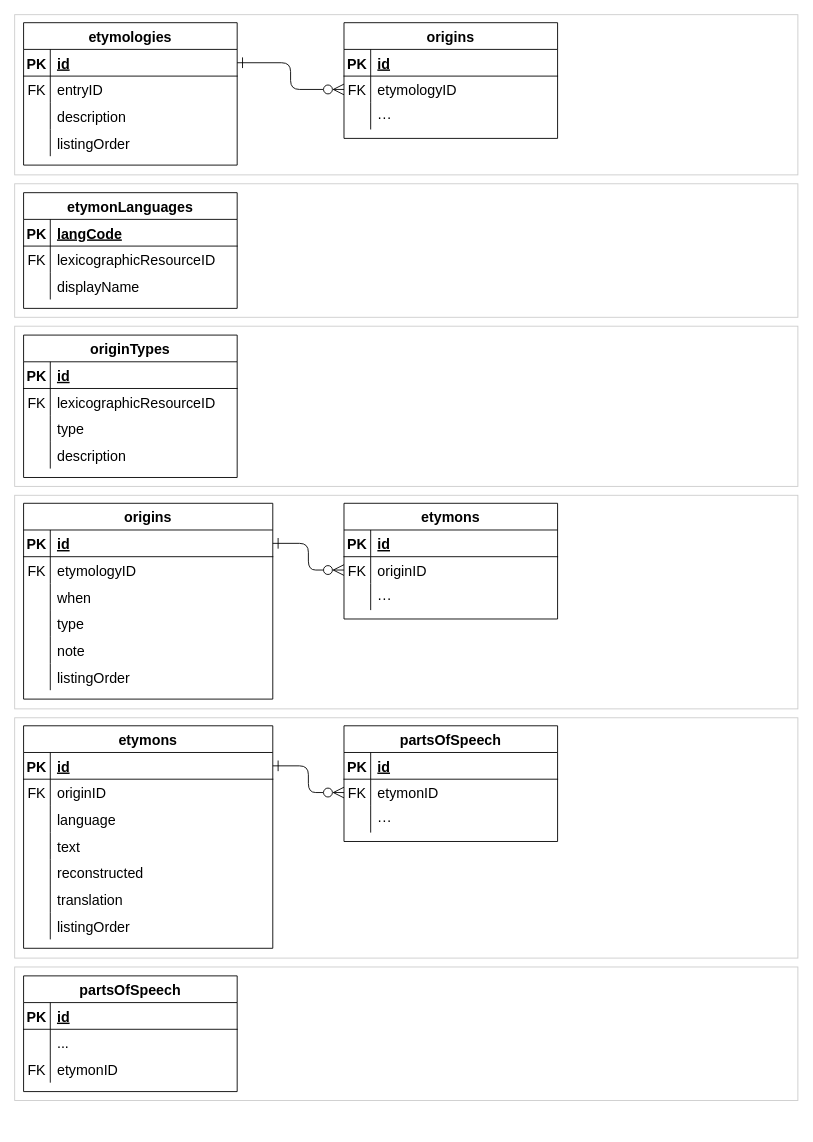
Before: dmlex-v1.0/specification/modules/etymology/databaseDiagrams/diagrams.drawio in oasis-tcs/lexidma, a draw.io diagram. Source tidied: cells renumbered, new cells numbered last; positions are measured from the earlier drawing's top-left corner, leaving out a move shared by most shapes. Both pictures are drawn from the tidied source at 89%, with x=0, y=0 at pixel (14, 14).
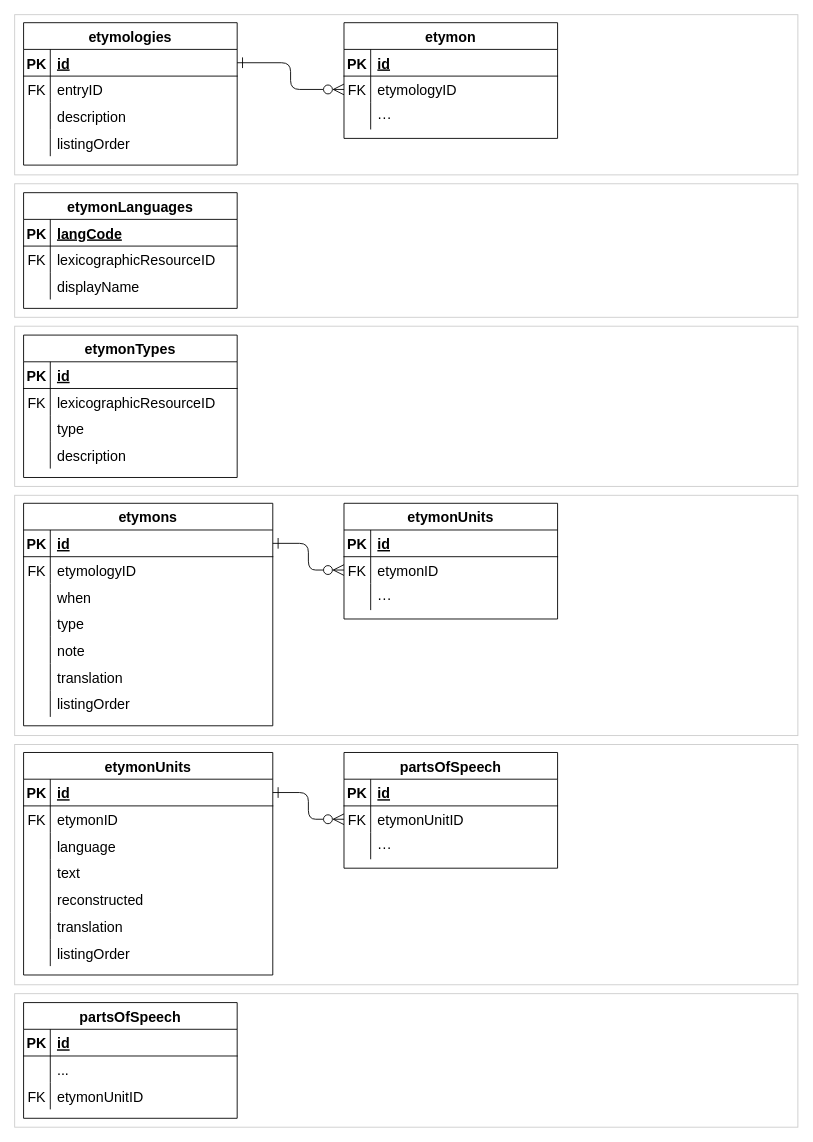
The same diagram, later.

Unchanged cells that the change refers to:
```xml
<mxCell id="40" style="shape=tableRow;horizontal=0;startSize=0;swimlaneHead=0;swimlaneBody=0;fillColor=none;points=[[0,0.5],[1,0.5]];portConstraint=eastwest;top=0;left=0;right=0;bottom=0;fontSize=16;" parent="36" vertex="1">
  <mxGeometry y="60" width="240" height="30" as="geometry" />
</mxCell>
<mxCell id="88" style="shape=tableRow;horizontal=0;startSize=0;swimlaneHead=0;swimlaneBody=0;fillColor=none;top=0;left=0;right=0;bottom=0;fontSize=16;" parent="84" vertex="1">
  <mxGeometry y="60" width="280" height="30" as="geometry" />
</mxCell>
<mxCell id="110" style="shape=tableRow;horizontal=0;startSize=0;swimlaneHead=0;swimlaneBody=0;fillColor=none;points=[[0,0.5],[1,0.5]];portConstraint=eastwest;top=0;left=0;right=0;bottom=0;fontSize=16;" parent="106" vertex="1">
  <mxGeometry y="60" width="240" height="30" as="geometry" />
</mxCell>
<mxCell id="125" style="shape=tableRow;horizontal=0;startSize=0;swimlaneHead=0;swimlaneBody=0;fillColor=none;top=0;left=0;right=0;bottom=0;fontSize=16;" parent="118" vertex="1">
  <mxGeometry y="90" width="240" height="30" as="geometry" />
</mxCell>
```

What changed in the source:
```diff
@@
     <mxCell id="16" style="rounded=0;whiteSpace=wrap;html=1;strokeColor=#CCCCCC;" parent="1" vertex="1">
-      <mxGeometry y="540" width="880" height="240" as="geometry" />
+      <mxGeometry y="540" width="880" height="270" as="geometry" />
     </mxCell>
-    <mxCell id="17" value="origins" style="shape=table;startSize=30;childLayout=tableLayout;rowLines=0;fontStyle=1;align=center;fontSize=16;" parent="1" vertex="1">
-      <mxGeometry x="10" y="549" width="280" height="220" as="geometry" />
+    <mxCell id="17" value="etymons" style="shape=table;startSize=30;childLayout=tableLayout;rowLines=0;fontStyle=1;align=center;fontSize=16;" parent="1" vertex="1">
+      <mxGeometry x="10" y="549" width="280" height="250" as="geometry" />
     </mxCell>
@@
+    <mxCell id="128" style="shape=tableRow;horizontal=0;startSize=0;swimlaneHead=0;swimlaneBody=0;fillColor=none;top=0;left=0;right=0;bottom=0;fontSize=16;" parent="17" vertex="1">
+      <mxGeometry y="180" width="280" height="30" as="geometry" />
+    </mxCell>
+    <mxCell id="129" style="shape=partialRectangle;fillColor=none;top=0;left=0;bottom=0;right=0;overflow=hidden;fontSize=16;" parent="128" vertex="1">
+      <mxGeometry width="30" height="30" as="geometry" />
+    </mxCell>
+    <mxCell id="130" value="translation" style="shape=partialRectangle;fillColor=none;top=0;left=0;bottom=0;right=0;align=left;spacingLeft=6;overflow=hidden;fontSize=16;" parent="128" vertex="1">
+      <mxGeometry x="30" width="250" height="30" as="geometry" />
+    </mxCell>
     <mxCell id="33" style="shape=tableRow;horizontal=0;startSize=0;swimlaneHead=0;swimlaneBody=0;fillColor=none;top=0;left=0;right=0;bottom=0;fontSize=16;" parent="17" vertex="1">
-      <mxGeometry y="180" width="280" height="30" as="geometry" />
+      <mxGeometry y="210" width="280" height="30" as="geometry" />
     </mxCell>
@@
-    <mxCell id="36" value="etymons" style="shape=table;startSize=30;childLayout=tableLayout;rowLines=0;fontStyle=1;align=center;fontSize=16;" parent="1" vertex="1">
+    <mxCell id="36" value="etymonUnits" style="shape=table;startSize=30;childLayout=tableLayout;rowLines=0;fontStyle=1;align=center;fontSize=16;" parent="1" vertex="1">
       <mxGeometry x="370" y="549" width="240" height="130" as="geometry" />
     </mxCell>
@@
-    <mxCell id="42" value="originID" style="shape=partialRectangle;fillColor=none;top=0;left=0;bottom=0;right=0;align=left;spacingLeft=6;overflow=hidden;fontSize=16;" parent="40" vertex="1">
+    <mxCell id="42" value="etymonID" style="shape=partialRectangle;fillColor=none;top=0;left=0;bottom=0;right=0;align=left;spacingLeft=6;overflow=hidden;fontSize=16;" parent="40" vertex="1">
       <mxGeometry x="30" width="210" height="30" as="geometry" />
     </mxCell>
@@
-    <mxCell id="59" value="originTypes" style="shape=table;startSize=30;childLayout=tableLayout;rowLines=0;fontStyle=1;align=center;fontSize=16;" parent="1" vertex="1">
+    <mxCell id="59" value="etymonTypes" style="shape=table;startSize=30;childLayout=tableLayout;rowLines=0;fontStyle=1;align=center;fontSize=16;" parent="1" vertex="1">
       <mxGeometry x="10" y="360" width="240" height="160" as="geometry" />
     </mxCell>
@@
-    <mxCell id="72" value="origins" style="shape=table;startSize=30;childLayout=tableLayout;rowLines=0;fontStyle=1;align=center;fontSize=16;" parent="1" vertex="1">
+    <mxCell id="72" value="etymon" style="shape=table;startSize=30;childLayout=tableLayout;rowLines=0;fontStyle=1;align=center;fontSize=16;" parent="1" vertex="1">
       <mxGeometry x="370" y="9" width="240" height="130" as="geometry" />
     </mxCell>
@@
     <mxCell id="83" style="rounded=0;whiteSpace=wrap;html=1;strokeColor=#CCCCCC;" parent="1" vertex="1">
-      <mxGeometry y="790" width="880" height="270" as="geometry" />
+      <mxGeometry y="820" width="880" height="270" as="geometry" />
     </mxCell>
-    <mxCell id="84" value="etymons" style="shape=table;startSize=30;childLayout=tableLayout;rowLines=0;fontStyle=1;align=center;fontSize=16;" parent="1" vertex="1">
-      <mxGeometry x="10" y="799" width="280" height="250" as="geometry" />
+    <mxCell id="84" value="etymonUnits" style="shape=table;startSize=30;childLayout=tableLayout;rowLines=0;fontStyle=1;align=center;fontSize=16;" parent="1" vertex="1">
+      <mxGeometry x="10" y="829" width="280" height="250" as="geometry" />
     </mxCell>
@@
-    <mxCell id="90" value="originID" style="shape=partialRectangle;fillColor=none;top=0;left=0;bottom=0;right=0;align=left;spacingLeft=6;overflow=hidden;fontSize=16;" parent="88" vertex="1">
+    <mxCell id="90" value="etymonID" style="shape=partialRectangle;fillColor=none;top=0;left=0;bottom=0;right=0;align=left;spacingLeft=6;overflow=hidden;fontSize=16;" parent="88" vertex="1">
       <mxGeometry x="30" width="250" height="30" as="geometry" />
     </mxCell>
@@
     <mxCell id="106" value="partsOfSpeech" style="shape=table;startSize=30;childLayout=tableLayout;rowLines=0;fontStyle=1;align=center;fontSize=16;" parent="1" vertex="1">
-      <mxGeometry x="370" y="799" width="240" height="130" as="geometry" />
+      <mxGeometry x="370" y="829" width="240" height="130" as="geometry" />
     </mxCell>
@@
-    <mxCell id="112" value="etymonID" style="shape=partialRectangle;fillColor=none;top=0;left=0;bottom=0;right=0;align=left;spacingLeft=6;overflow=hidden;fontSize=16;" parent="110" vertex="1">
+    <mxCell id="112" value="etymonUnitID" style="shape=partialRectangle;fillColor=none;top=0;left=0;bottom=0;right=0;align=left;spacingLeft=6;overflow=hidden;fontSize=16;" parent="110" vertex="1">
       <mxGeometry x="30" width="210" height="30" as="geometry" />
     </mxCell>
@@
     <mxCell id="117" style="rounded=0;whiteSpace=wrap;html=1;strokeColor=#CCCCCC;" parent="1" vertex="1">
-      <mxGeometry y="1070" width="880" height="150" as="geometry" />
+      <mxGeometry y="1100" width="880" height="150" as="geometry" />
     </mxCell>
     <mxCell id="118" value="partsOfSpeech" style="shape=table;startSize=30;childLayout=tableLayout;rowLines=0;fontStyle=1;align=center;fontSize=16;" parent="1" vertex="1">
-      <mxGeometry x="10" y="1080" width="240" height="130" as="geometry" />
+      <mxGeometry x="10" y="1110" width="240" height="130" as="geometry" />
     </mxCell>
@@
-    <mxCell id="127" value="etymonID" style="shape=partialRectangle;fillColor=none;top=0;left=0;bottom=0;right=0;align=left;spacingLeft=6;overflow=hidden;fontSize=16;" parent="125" vertex="1">
+    <mxCell id="127" value="etymonUnitID" style="shape=partialRectangle;fillColor=none;top=0;left=0;bottom=0;right=0;align=left;spacingLeft=6;overflow=hidden;fontSize=16;" parent="125" vertex="1">
       <mxGeometry x="30" width="210" height="30" as="geometry" />
     </mxCell>
```
